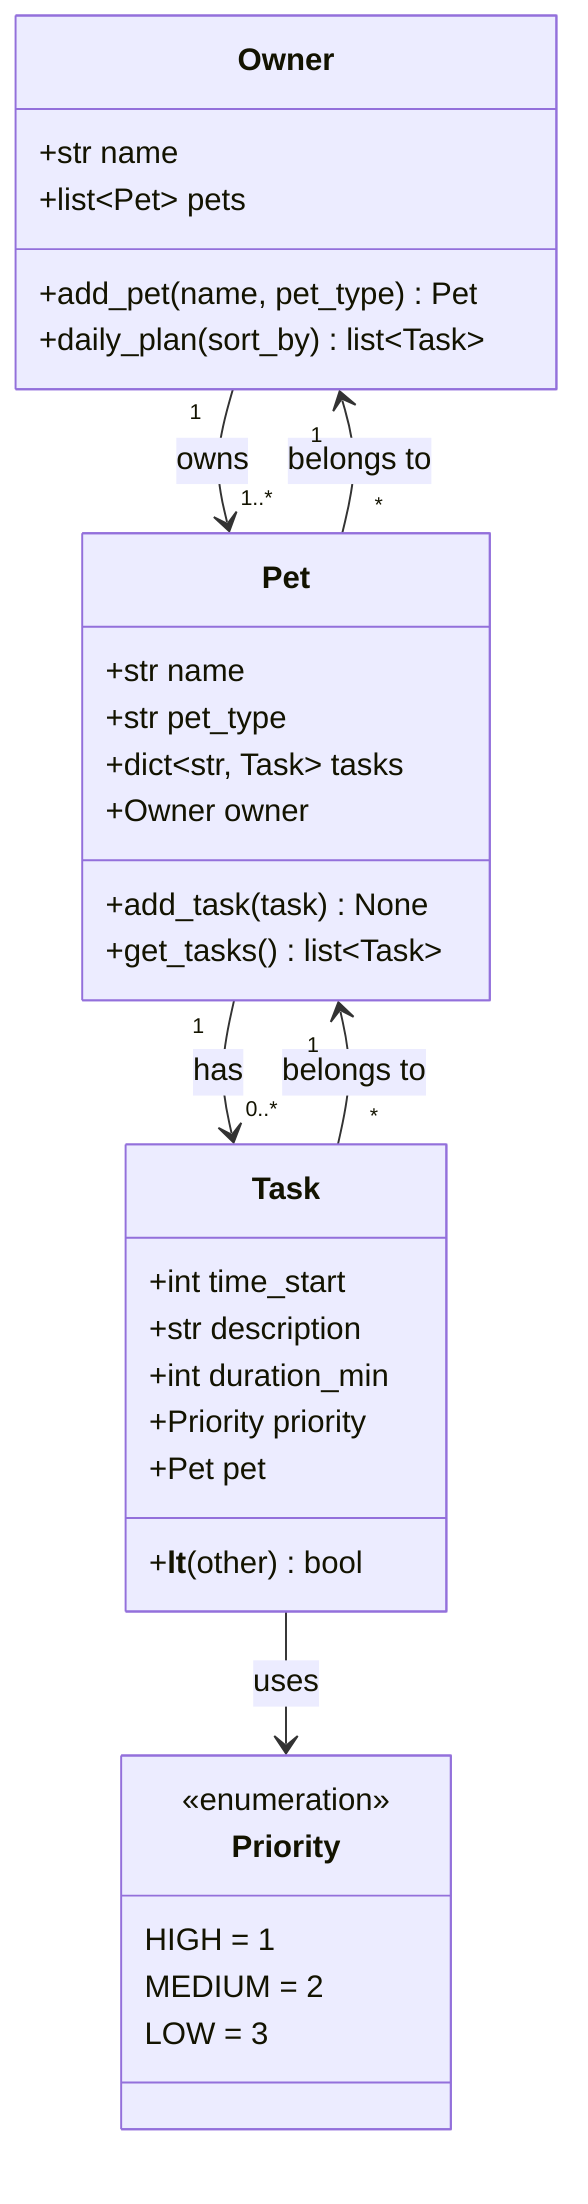
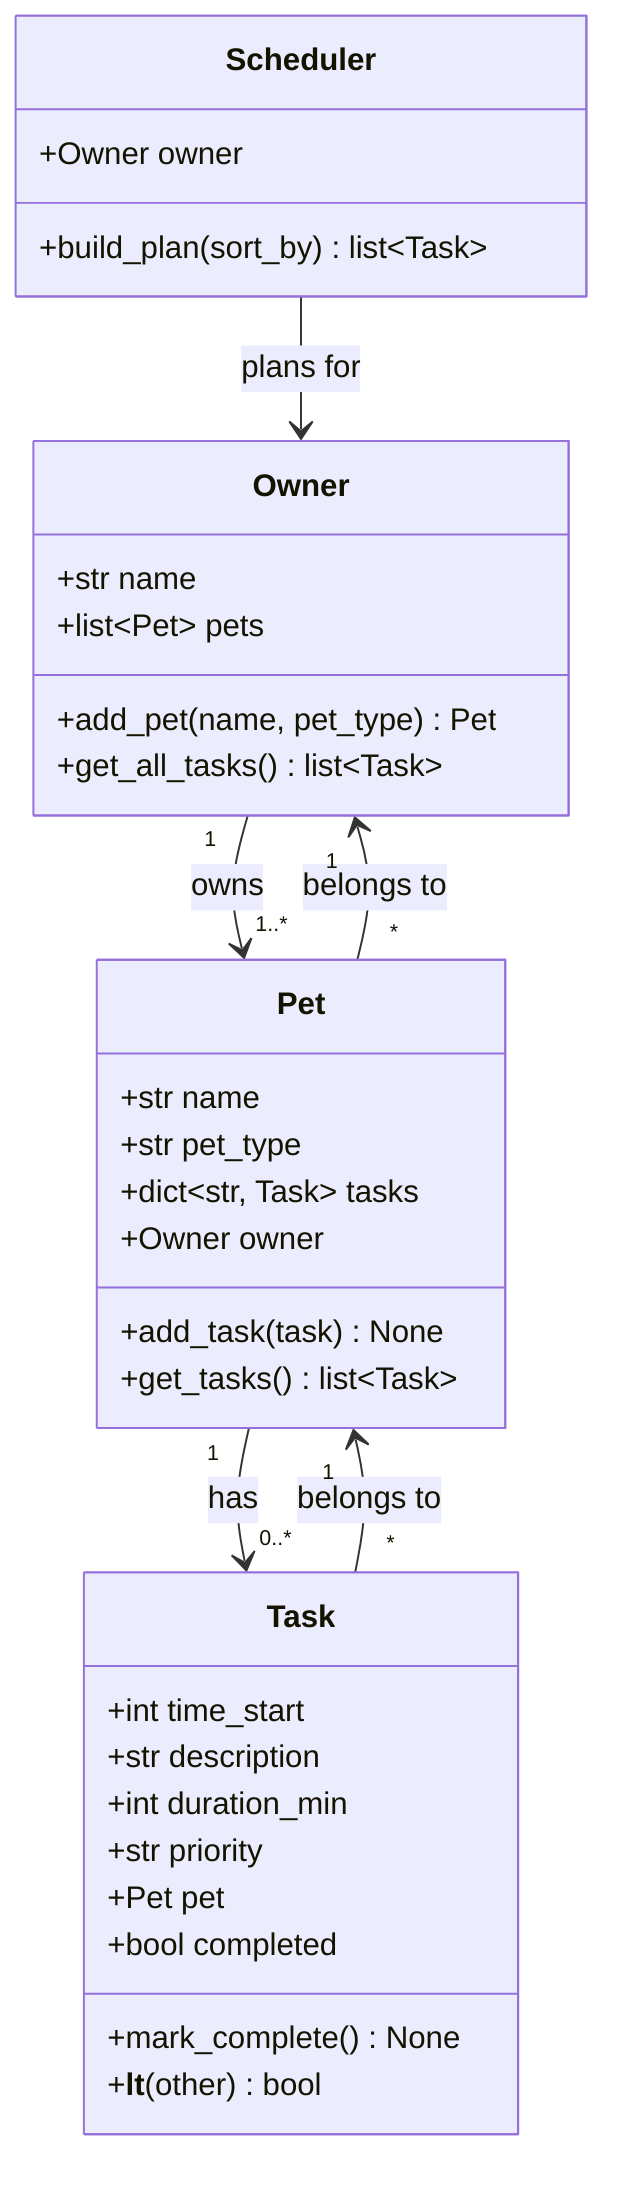
classDiagram
    %% PawPal+ class design based on brainstorm.
    %% Owner has 1..* Pets; each Pet has 0..* Tasks.

    class Owner {
        +str name
        +list~Pet~ pets
        +add_pet(name, pet_type) Pet
-         +daily_plan(sort_by) list~Task~
+         +get_all_tasks() list~Task~
    }

-     class Priority {
-         <<enumeration>>
-         HIGH = 1
-         MEDIUM = 2
-         LOW = 3
+     class Scheduler {
+         +Owner owner
+         +build_plan(sort_by) list~Task~
    }

    class Pet {
        +str name
        +str pet_type
        +dict~str, Task~ tasks
        +Owner owner
        +add_task(task) None
        +get_tasks() list~Task~
    }

    class Task {
        +int time_start
        +str description
        +int duration_min
-         +Priority priority
+         +str priority
        +Pet pet
+         +bool completed
+         +mark_complete() None
        +__lt__(other) bool
    }

    Owner "1" --> "1..*" Pet : owns
    Pet "1" --> "0..*" Task : has
    Pet "*" --> "1" Owner : belongs to
    Task "*" --> "1" Pet : belongs to
-     Task --> Priority : uses
+     Scheduler --> Owner : plans for
